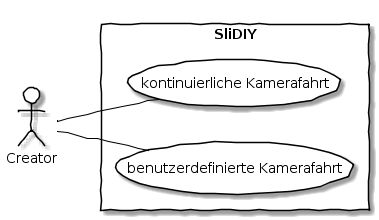
Before: images/UCD_V3.png, a diagram exported from PlantUML (franziskusehmeir/SliDIY_OG). Source of this version:
```plantuml
@startuml
skinparam ArrowColor black
skinparam handwritten true
skinparam borderColor black
skinparam backgroundColor transparent
skinparam ArrowColor black
skinparam ActorBorderColor black
skinparam ActorBackgroundColor transparent

skinparam usecase {
	BackgroundColor transparent
	BorderColor black
}

left to right direction
skinparam packageStyle rectangle
actor Creator
rectangle SliDIY {
  Creator -- (kontinuierliche Kamerafahrt)
  Creator -- (benutzerdefinierte Kamerafahrt)
}
@enduml
```
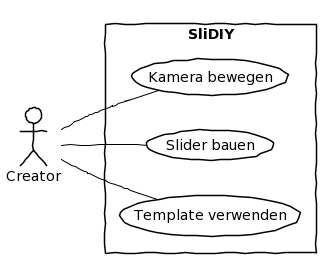
Above is the later version.

What changed in the source:
```diff
@@ -6,6 +6,13 @@
 skinparam ArrowColor black
 skinparam ActorBorderColor black
 skinparam ActorBackgroundColor transparent
+skinparam ActorShadowing false
+skinparam componentShadowing false
+skinparam rectangleShadowing false
+skinparam actorShadowing false
+skinparam usecaseShadowing false
+skinparam rectangleBackgroundColor transparent
+
 
 skinparam usecase {
 	BackgroundColor transparent
@@ -16,7 +23,8 @@
 skinparam packageStyle rectangle
 actor Creator
 rectangle SliDIY {
-  Creator -- (kontinuierliche Kamerafahrt)
-  Creator -- (benutzerdefinierte Kamerafahrt)
+  Creator -- (Kamera bewegen)
+  Creator -- (Slider bauen)
+  Creator -- (Template verwenden)
 }
 @enduml
```
